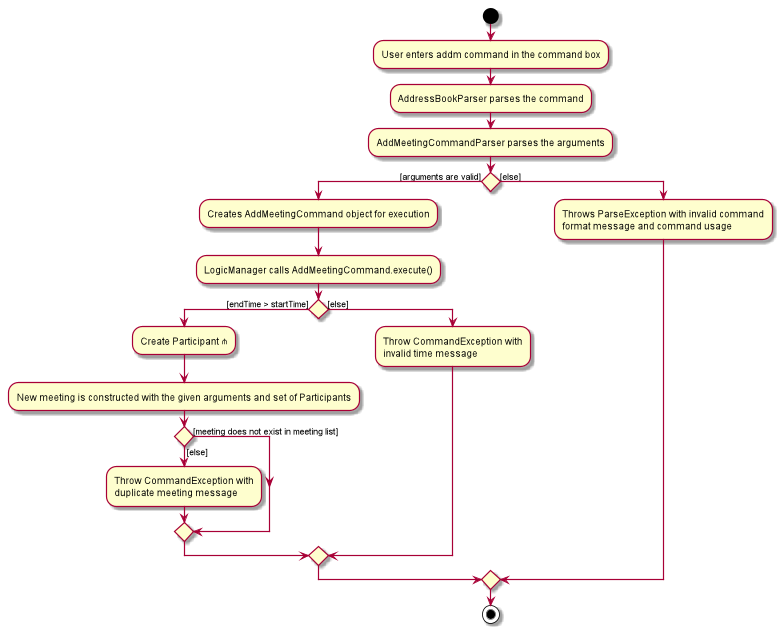
Earlier version of the PlantUML export docs/images/AddMeetingActivityDiagram.png (tomascherian/tp).
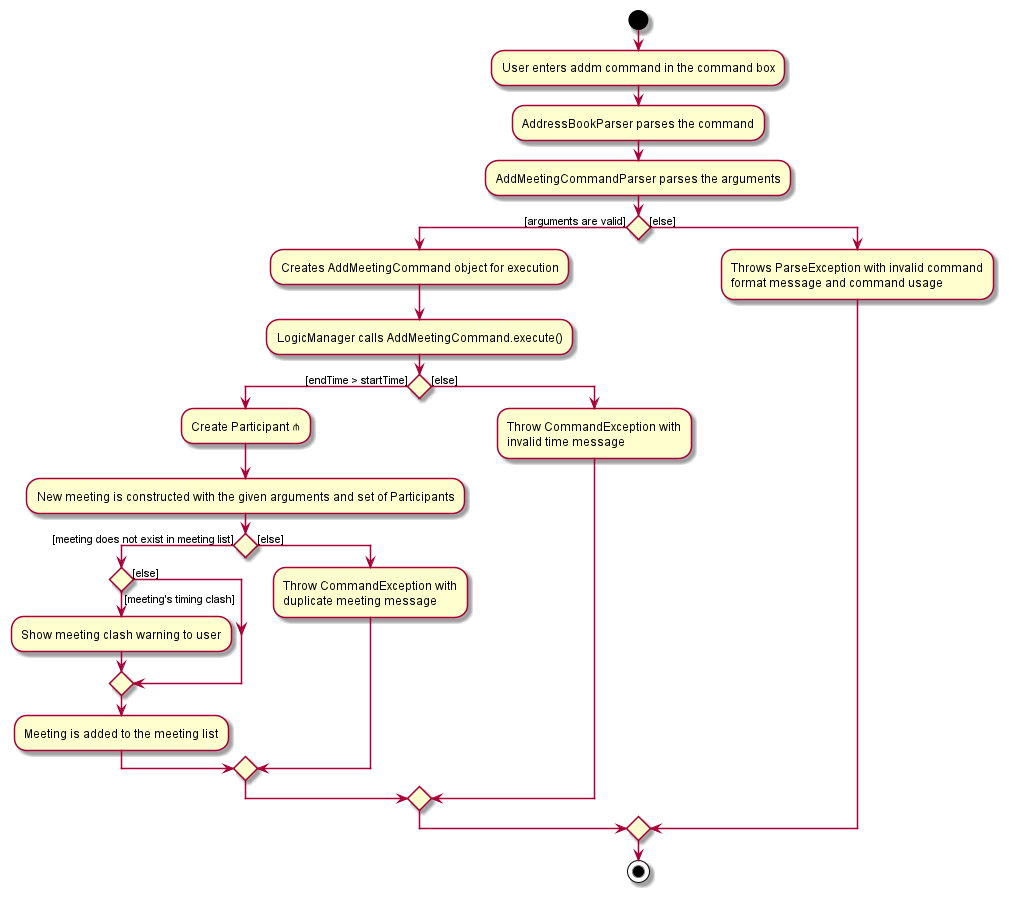
The same diagram one commit later.

What changed in the source:
```diff
@@ -5,18 +5,23 @@
 :AddressBookParser parses the command;
 :AddMeetingCommandParser parses the arguments;
 if () then ([arguments are valid])
-:Creates AddMeetingCommand object for execution;
-:LogicManager calls AddMeetingCommand.execute();
-if () then ([endTime > startTime])
-:Create Participant ⋔;
-:New meeting is constructed with the given arguments and set of Participants;
-if () then ([meeting does not exist in meeting list])
-else ([else])
-:Throw CommandException with\nduplicate meeting message;
-endif
-else ([else])
-:Throw CommandException with\ninvalid time message;
-endif
+    :Creates AddMeetingCommand object for execution;
+    :LogicManager calls AddMeetingCommand.execute();
+    if () then ([endTime > startTime])
+        :Create Participant ⋔;
+        :New meeting is constructed with the given arguments and set of Participants;
+        if () then ([meeting does not exist in meeting list])
+                if() then ([else])
+                else ([meeting's timing clash])
+                :Show meeting clash warning to user;
+                endif
+                :Meeting is added to the meeting list;
+        else ([else])
+        :Throw CommandException with\nduplicate meeting message;
+        endif
+    else ([else])
+    :Throw CommandException with\ninvalid time message;
+    endif
 else ([else])
 :Throws ParseException with invalid command\nformat message and command usage;
 endif
```
